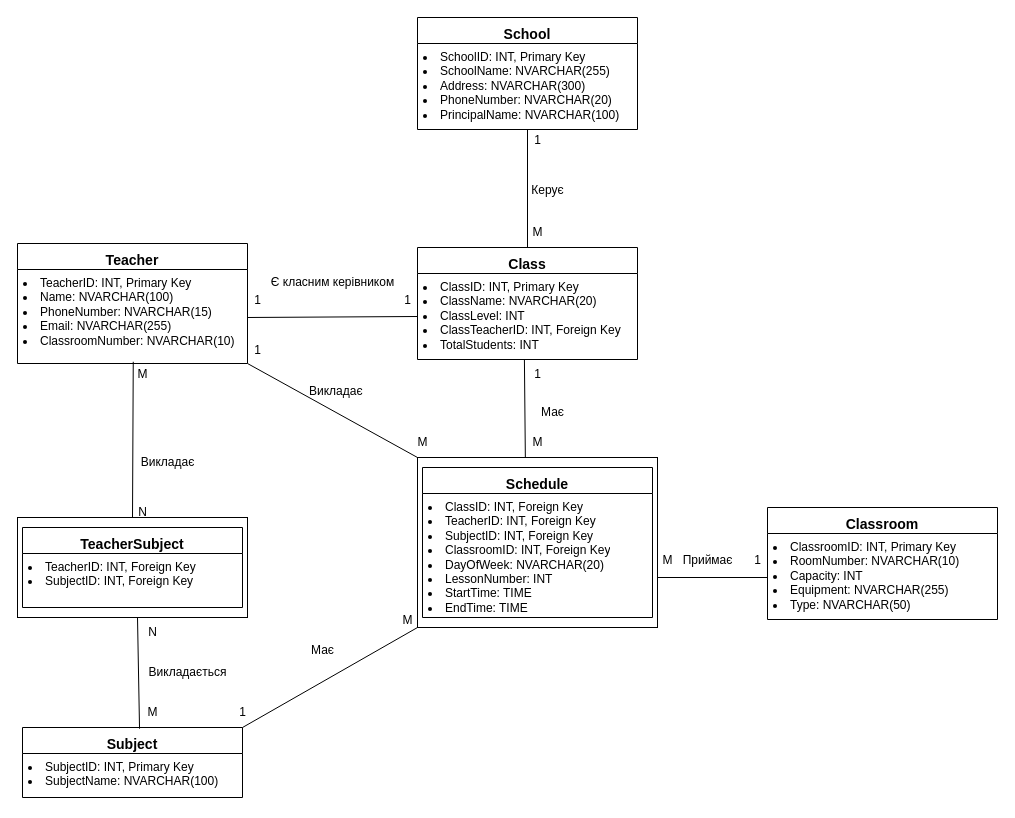
KostPost/KPI-University-Works-2.1 keeps this draw.io diagram as DataBase/Laba1/1 (2).drawio. Above is the earlier version. Source tidied: cells renumbered, new cells numbered last; positions are measured from the earlier drawing's top-left corner, leaving out a move shared by most shapes. Both pictures are drawn from the tidied source at 100%, with x=0, y=0 at pixel (17, 17).
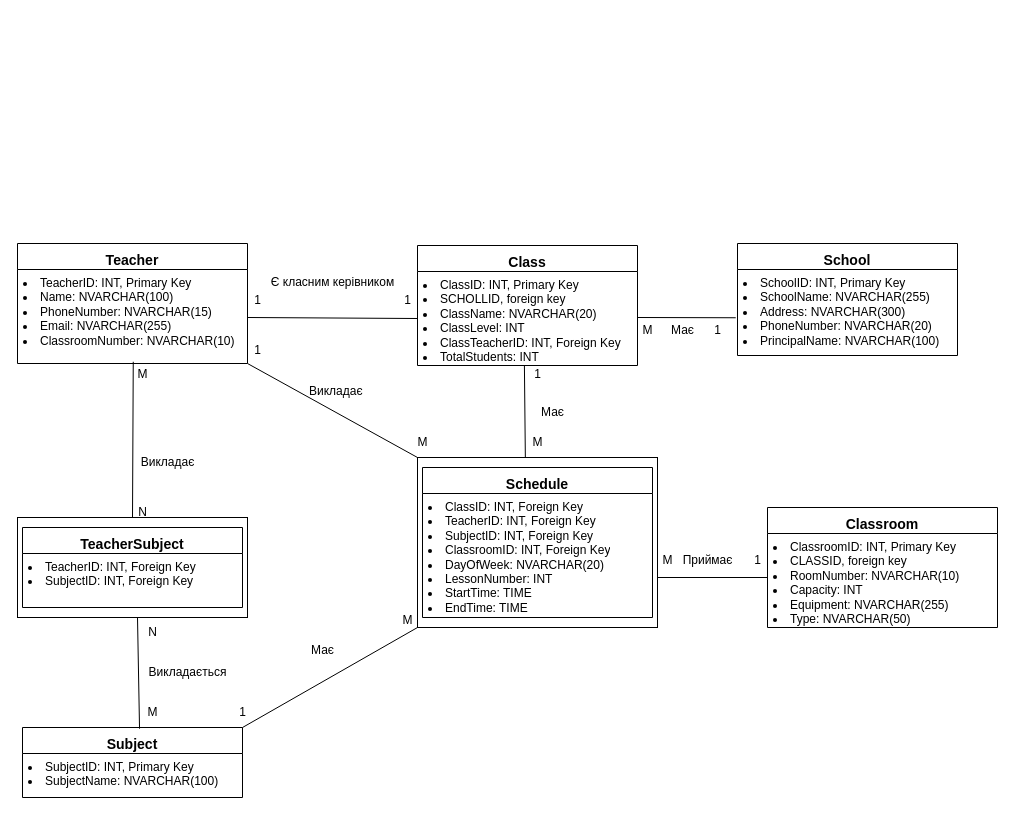
The same diagram, later.

Unchanged cells that the change refers to:
```xml
<mxCell id="5" value="&lt;li class=&quot;whitespace-normal break-words&quot;&gt;SchoolID: INT, Primary Key&lt;/li&gt;&lt;li class=&quot;whitespace-normal break-words&quot;&gt;SchoolName: NVARCHAR(255)&lt;/li&gt;&lt;li class=&quot;whitespace-normal break-words&quot;&gt;Address: NVARCHAR(300)&lt;/li&gt;&lt;li class=&quot;whitespace-normal break-words&quot;&gt;PhoneNumber: NVARCHAR(20)&lt;/li&gt;&lt;li class=&quot;whitespace-normal break-words&quot;&gt;PrincipalName: NVARCHAR(100)&lt;/li&gt;" style="text;strokeColor=none;fillColor=none;align=left;verticalAlign=top;spacingLeft=4;spacingRight=4;overflow=hidden;points=[[0,0.5],[1,0.5]];portConstraint=eastwest;whiteSpace=wrap;html=1;" parent="4" vertex="1">
  <mxGeometry y="26" width="220" height="86" as="geometry" />
</mxCell>
```

The edit, as a diff of the source:
```diff
@@
     <mxCell id="4" value="&lt;h3 style=&quot;margin:0in;line-height:150%&quot;&gt;School&lt;/h3&gt;" style="swimlane;fontStyle=1;align=center;verticalAlign=top;horizontal=1;startSize=26;whiteSpace=wrap;html=1;" parent="1" vertex="1">
-      <mxGeometry x="400" width="220" height="112" as="geometry" />
+      <mxGeometry x="720" y="226" width="220" height="112" as="geometry" />
     </mxCell>
@@
     <mxCell id="10" value="&lt;h3 style=&quot;margin:0in;line-height:150%&quot;&gt;Classroom&lt;/h3&gt;" style="swimlane;fontStyle=1;align=center;verticalAlign=top;horizontal=1;startSize=26;whiteSpace=wrap;html=1;" parent="1" vertex="1">
-      <mxGeometry x="750" y="490" width="230" height="112" as="geometry" />
+      <mxGeometry x="750" y="490" width="230" height="120" as="geometry" />
     </mxCell>
-    <mxCell id="11" value="&lt;li class=&quot;whitespace-normal break-words&quot;&gt;&lt;span style=&quot;background-color: initial;&quot;&gt;ClassroomID: INT, Primary Key&lt;/span&gt;&lt;/li&gt;&lt;li class=&quot;whitespace-normal break-words&quot;&gt;RoomNumber: NVARCHAR(10)&lt;/li&gt;&lt;li class=&quot;whitespace-normal break-words&quot;&gt;Capacity: INT&lt;/li&gt;&lt;li class=&quot;whitespace-normal break-words&quot;&gt;Equipment: NVARCHAR(255)&lt;/li&gt;&lt;li class=&quot;whitespace-normal break-words&quot;&gt;Type: NVARCHAR(50)&lt;/li&gt;" style="text;strokeColor=none;fillColor=none;align=left;verticalAlign=top;spacingLeft=4;spacingRight=4;overflow=hidden;whiteSpace=wrap;html=1;" parent="10" vertex="1">
-      <mxGeometry y="26" width="230" height="86" as="geometry" />
+    <mxCell id="11" value="&lt;li class=&quot;whitespace-normal break-words&quot;&gt;&lt;span style=&quot;background-color: initial;&quot;&gt;ClassroomID: INT, Primary Key&lt;/span&gt;&lt;/li&gt;&lt;li class=&quot;whitespace-normal break-words&quot;&gt;CLASSID, foreign key&lt;/li&gt;&lt;li class=&quot;whitespace-normal break-words&quot;&gt;RoomNumber: NVARCHAR(10)&lt;/li&gt;&lt;li class=&quot;whitespace-normal break-words&quot;&gt;Capacity: INT&lt;/li&gt;&lt;li class=&quot;whitespace-normal break-words&quot;&gt;Equipment: NVARCHAR(255)&lt;/li&gt;&lt;li class=&quot;whitespace-normal break-words&quot;&gt;Type: NVARCHAR(50)&lt;/li&gt;" style="text;strokeColor=none;fillColor=none;align=left;verticalAlign=top;spacingLeft=4;spacingRight=4;overflow=hidden;whiteSpace=wrap;html=1;" parent="10" vertex="1">
+      <mxGeometry y="26" width="230" height="94" as="geometry" />
     </mxCell>
     <mxCell id="12" value="&lt;h3 style=&quot;margin:0in;line-height:150%&quot;&gt;Class&lt;/h3&gt;" style="swimlane;fontStyle=1;align=center;verticalAlign=top;horizontal=1;startSize=26;whiteSpace=wrap;html=1;" parent="1" vertex="1">
-      <mxGeometry x="400" y="230" width="220" height="112" as="geometry" />
+      <mxGeometry x="400" y="228" width="220" height="120" as="geometry" />
     </mxCell>
-    <mxCell id="13" value="&lt;li class=&quot;whitespace-normal break-words&quot;&gt;&lt;span style=&quot;background-color: initial;&quot;&gt;ClassID: INT, Primary Key&lt;/span&gt;&lt;/li&gt;&lt;li class=&quot;whitespace-normal break-words&quot;&gt;ClassName: NVARCHAR(20)&lt;/li&gt;&lt;li class=&quot;whitespace-normal break-words&quot;&gt;ClassLevel: INT&lt;/li&gt;&lt;li class=&quot;whitespace-normal break-words&quot;&gt;ClassTeacherID: INT, Foreign Key&lt;/li&gt;&lt;li class=&quot;whitespace-normal break-words&quot;&gt;TotalStudents: INT&lt;/li&gt;" style="text;strokeColor=none;fillColor=none;align=left;verticalAlign=top;spacingLeft=4;spacingRight=4;overflow=hidden;points=[[0,0.5],[1,0.5]];portConstraint=eastwest;whiteSpace=wrap;html=1;" parent="12" vertex="1">
-      <mxGeometry y="26" width="220" height="86" as="geometry" />
+    <mxCell id="13" value="&lt;li class=&quot;whitespace-normal break-words&quot;&gt;&lt;span style=&quot;background-color: initial;&quot;&gt;ClassID: INT, Primary Key&lt;/span&gt;&lt;/li&gt;&lt;li class=&quot;whitespace-normal break-words&quot;&gt;&lt;span style=&quot;background-color: initial;&quot;&gt;SCHOLLID, foreign key&lt;/span&gt;&lt;/li&gt;&lt;li class=&quot;whitespace-normal break-words&quot;&gt;ClassName: NVARCHAR(20)&lt;/li&gt;&lt;li class=&quot;whitespace-normal break-words&quot;&gt;ClassLevel: INT&lt;/li&gt;&lt;li class=&quot;whitespace-normal break-words&quot;&gt;ClassTeacherID: INT, Foreign Key&lt;/li&gt;&lt;li class=&quot;whitespace-normal break-words&quot;&gt;TotalStudents: INT&lt;/li&gt;" style="text;strokeColor=none;fillColor=none;align=left;verticalAlign=top;spacingLeft=4;spacingRight=4;overflow=hidden;points=[[0,0.5],[1,0.5]];portConstraint=eastwest;whiteSpace=wrap;html=1;" parent="12" vertex="1">
+      <mxGeometry y="26" width="220" height="94" as="geometry" />
     </mxCell>
@@
-    <mxCell id="18" value="Керує" style="text;html=1;align=center;verticalAlign=middle;strokeColor=none;fillColor=none;" parent="1" vertex="1">
-      <mxGeometry x="500" y="158" width="60" height="30" as="geometry" />
-    </mxCell>
-    <mxCell id="19" value="1" style="text;html=1;align=center;verticalAlign=middle;strokeColor=none;fillColor=none;" parent="1" vertex="1">
-      <mxGeometry x="505" y="108" width="30" height="30" as="geometry" />
-    </mxCell>
-    <mxCell id="20" value="М" style="text;html=1;align=center;verticalAlign=middle;strokeColor=none;fillColor=none;" parent="1" vertex="1">
-      <mxGeometry x="505" y="200" width="30" height="30" as="geometry" />
-    </mxCell>
@@
-    <mxCell id="39" style="endArrow=none;html=1;rounded=0;exitX=0.5;exitY=0;exitDx=0;exitDy=0;" parent="1" edge="1" source="12">
-      <mxGeometry relative="1" as="geometry">
-        <mxPoint x="510" y="112" as="targetPoint" />
-      </mxGeometry>
-    </mxCell>
@@
+    <mxCell id="50" style="endArrow=none;html=1;rounded=0;entryX=-0.008;entryY=0.561;entryDx=0;entryDy=0;entryPerimeter=0;" parent="1" edge="1" target="5">
+      <mxGeometry relative="1" as="geometry">
+        <mxPoint x="620" y="300" as="sourcePoint" />
+      </mxGeometry>
+    </mxCell>
+    <mxCell id="19" value="1" style="text;html=1;align=center;verticalAlign=middle;strokeColor=none;fillColor=none;" parent="1" vertex="1">
+      <mxGeometry x="685" y="298" width="30" height="30" as="geometry" />
+    </mxCell>
+    <mxCell id="51" value="M" style="text;html=1;align=center;verticalAlign=middle;strokeColor=none;fillColor=none;" parent="1" vertex="1">
+      <mxGeometry x="615" y="298" width="30" height="30" as="geometry" />
+    </mxCell>
+    <mxCell id="52" value="Має" style="text;html=1;align=center;verticalAlign=middle;strokeColor=none;fillColor=none;" parent="1" vertex="1">
+      <mxGeometry x="640" y="298" width="50" height="30" as="geometry" />
+    </mxCell>
```
